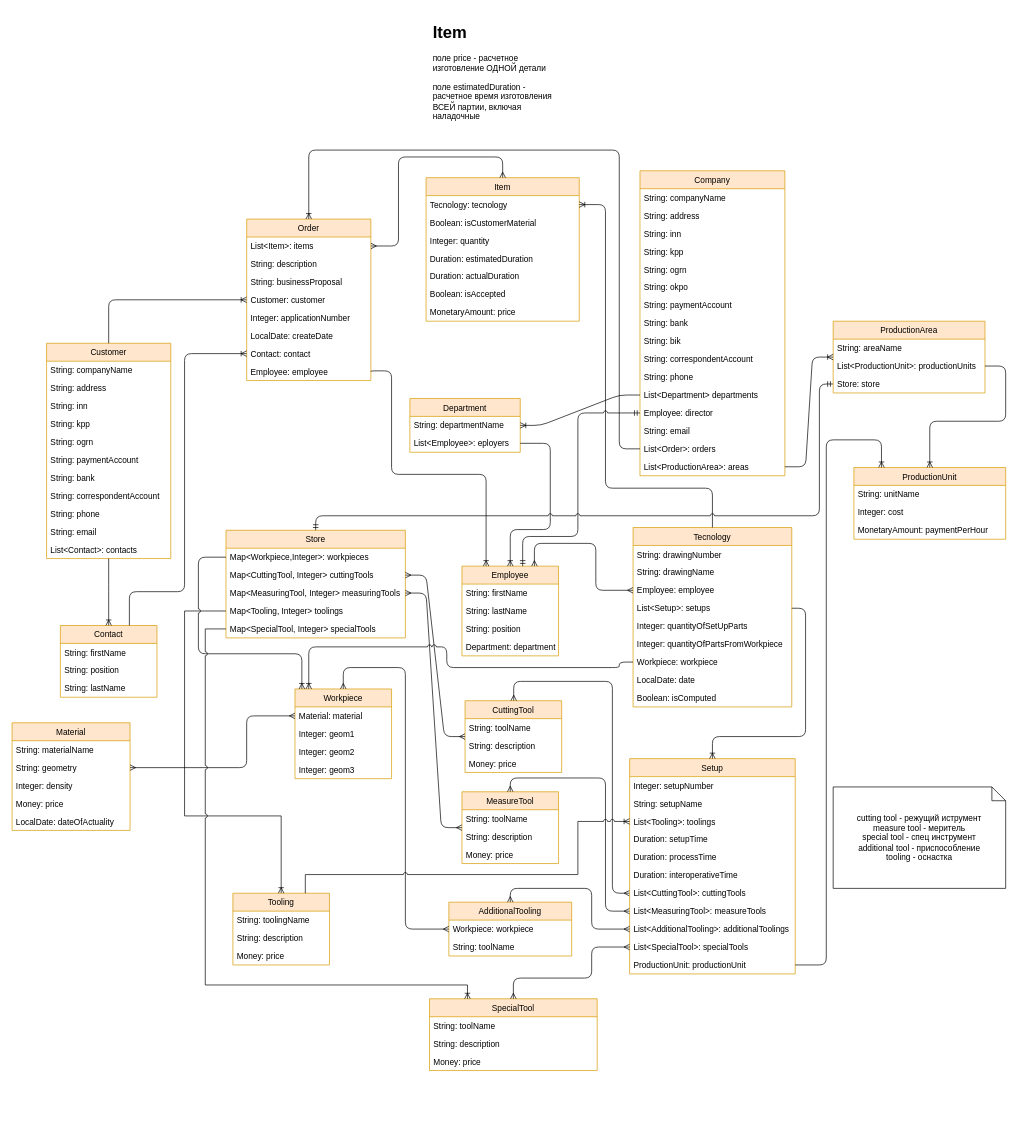
Shaman58/sfsb keeps this draw.io diagram as erp.drawio. Above is the earlier version. Source tidied: cells renumbered, new cells numbered last; positions are measured from the earlier drawing's top-left corner, leaving out a move shared by most shapes. Both pictures are drawn from the tidied source at 69%, with x=0, y=0 at pixel (12, 19).
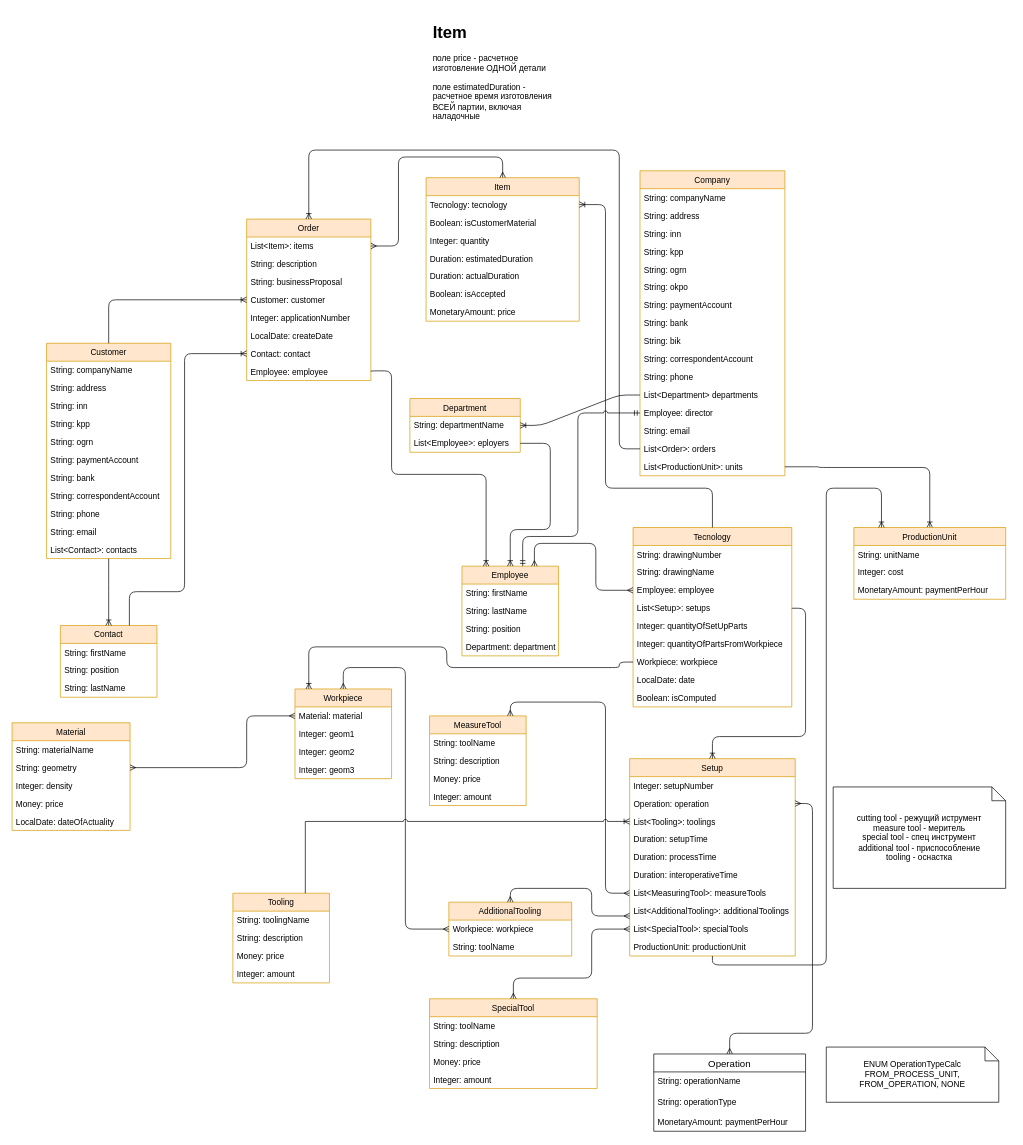
The same diagram, later.

The change refers to these unchanged cells:
```xml
<mxCell id="47" value="Company" style="swimlane;fontStyle=0;horizontal=1;startSize=26;fillColor=#ffe6cc;fontSize=12;strokeColor=#d79b00;" parent="1" vertex="1">
  <mxGeometry x="910" y="220" width="210" height="442" as="geometry" />
</mxCell>
<mxCell id="85" value="Workpiece" style="swimlane;fontStyle=0;horizontal=1;startSize=26;fillColor=#ffe6cc;fontSize=12;strokeColor=#d79b00;" parent="1" vertex="1">
  <mxGeometry x="410" y="971" width="140" height="130" as="geometry" />
</mxCell>
<mxCell id="94" value="List&lt;Tooling&gt;: toolings" style="text;strokeColor=none;fillColor=none;align=left;verticalAlign=top;spacingLeft=4;spacingRight=4;overflow=hidden;points=[[0,0.5],[1,0.5]];portConstraint=eastwest;" parent="91" vertex="1">
  <mxGeometry y="78" width="240" height="26" as="geometry" />
</mxCell>
<mxCell id="105" value="AdditionalTooling" style="swimlane;fontStyle=0;horizontal=1;startSize=26;fillColor=#ffe6cc;fontSize=12;strokeColor=#d79b00;" parent="1" vertex="1">
  <mxGeometry x="633" y="1280" width="178" height="78" as="geometry" />
</mxCell>
```

The edit, as a diff of the source:
```diff
@@
-    <mxCell id="63" value="List&lt;ProductionArea&gt;: areas" style="text;strokeColor=none;fillColor=none;align=left;verticalAlign=top;spacingLeft=4;spacingRight=4;overflow=hidden;points=[[0,0.5],[1,0.5]];portConstraint=eastwest;" parent="47" vertex="1">
+    <mxCell id="63" value="List&lt;ProductionUnit&gt;: units" style="text;strokeColor=none;fillColor=none;align=left;verticalAlign=top;spacingLeft=4;spacingRight=4;overflow=hidden;points=[[0,0.5],[1,0.5]];portConstraint=eastwest;" parent="47" vertex="1">
       <mxGeometry y="416" width="210" height="26" as="geometry" />
     </mxCell>
@@
-    <mxCell id="66" value="CuttingTool" style="swimlane;fontStyle=0;horizontal=1;startSize=26;fillColor=#ffe6cc;fontSize=12;strokeColor=#d79b00;" parent="1" vertex="1">
-      <mxGeometry x="656.5" y="988" width="140" height="104" as="geometry" />
-    </mxCell>
-    <mxCell id="67" value="String: toolName" style="text;strokeColor=none;fillColor=none;align=left;verticalAlign=top;spacingLeft=4;spacingRight=4;overflow=hidden;" parent="66" vertex="1">
-      <mxGeometry y="26" width="140" height="26" as="geometry" />
-    </mxCell>
-    <mxCell id="68" value="String: description" style="text;strokeColor=none;fillColor=none;align=left;verticalAlign=top;spacingLeft=4;spacingRight=4;overflow=hidden;" parent="66" vertex="1">
-      <mxGeometry y="52" width="140" height="26" as="geometry" />
-    </mxCell>
-    <mxCell id="69" value="Money: price" style="text;strokeColor=none;fillColor=none;align=left;verticalAlign=top;spacingLeft=4;spacingRight=4;overflow=hidden;" parent="66" vertex="1">
-      <mxGeometry y="78" width="140" height="26" as="geometry" />
-    </mxCell>
-    <mxCell id="70" style="edgeStyle=orthogonalEdgeStyle;fontSize=12;html=1;endArrow=ERmany;startArrow=ERmany;strokeColor=#000000;rounded=1;jumpStyle=arc;comic=0;shadow=0;noJump=0;" parent="1" edge="1" source="98" target="66">
-      <mxGeometry relative="1" as="geometry">
-        <Array as="points">
-          <mxPoint x="870" y="1267" />
-          <mxPoint x="870" y="960" />
-          <mxPoint x="727" y="960" />
-        </Array>
-      </mxGeometry>
-    </mxCell>
     <mxCell id="71" value="MeasureTool" style="swimlane;fontStyle=0;horizontal=1;startSize=26;fillColor=#ffe6cc;fontSize=12;strokeColor=#d79b00;" parent="1" vertex="1">
-      <mxGeometry x="652" y="1120" width="140" height="104" as="geometry" />
+      <mxGeometry x="605" y="1010" width="140" height="130" as="geometry" />
     </mxCell>
@@
+    <mxCell id="157" value="Integer: amount" style="text;strokeColor=none;fillColor=none;align=left;verticalAlign=top;spacingLeft=4;spacingRight=4;overflow=hidden;" parent="71" vertex="1">
+      <mxGeometry y="104" width="140" height="26" as="geometry" />
+    </mxCell>
     <mxCell id="75" style="edgeStyle=orthogonalEdgeStyle;fontSize=12;html=1;endArrow=ERmany;startArrow=ERmany;shadow=0;strokeColor=#000000;" parent="1" edge="1" source="99" target="71">
       <mxGeometry relative="1" as="geometry">
         <Array as="points">
-          <mxPoint x="860" y="1293" />
-          <mxPoint x="860" y="1100" />
-          <mxPoint x="722" y="1100" />
+          <mxPoint x="860" y="1267" />
+          <mxPoint x="860" y="990" />
+          <mxPoint x="722" y="990" />
         </Array>
       </mxGeometry>
     </mxCell>
-    <mxCell id="76" value="Store" style="swimlane;fontStyle=0;horizontal=1;startSize=26;fillColor=#ffe6cc;fontSize=12;strokeColor=#d79b00;" parent="1" vertex="1">
-      <mxGeometry x="310" y="741" width="260" height="156" as="geometry" />
-    </mxCell>
-    <mxCell id="77" value="Map&lt;Workpiece,Integer&gt;: workpieces" style="text;strokeColor=none;fillColor=none;align=left;verticalAlign=top;spacingLeft=4;spacingRight=4;overflow=hidden;points=[[0,0.5],[1,0.5]];portConstraint=eastwest;" parent="76" vertex="1">
-      <mxGeometry y="26" width="260" height="26" as="geometry" />
-    </mxCell>
-    <mxCell id="78" value="Map&lt;CuttingTool, Integer&gt; cuttingTools" style="text;strokeColor=none;fillColor=none;align=left;verticalAlign=top;spacingLeft=4;spacingRight=4;overflow=hidden;points=[[0,0.5],[1,0.5]];portConstraint=eastwest;" parent="76" vertex="1">
-      <mxGeometry y="52" width="260" height="26" as="geometry" />
-    </mxCell>
-    <mxCell id="79" value="Map&lt;MeasuringTool, Integer&gt; measuringTools" style="text;strokeColor=none;fillColor=none;align=left;verticalAlign=top;spacingLeft=4;spacingRight=4;overflow=hidden;points=[[0,0.5],[1,0.5]];portConstraint=eastwest;" parent="76" vertex="1">
-      <mxGeometry y="78" width="260" height="26" as="geometry" />
-    </mxCell>
-    <mxCell id="80" value="Map&lt;Tooling, Integer&gt; toolings" style="text;strokeColor=none;fillColor=none;align=left;verticalAlign=top;spacingLeft=4;spacingRight=4;overflow=hidden;points=[[0,0.5],[1,0.5]];portConstraint=eastwest;" parent="76" vertex="1">
-      <mxGeometry y="104" width="260" height="26" as="geometry" />
-    </mxCell>
-    <mxCell id="81" value="Map&lt;SpecialTool, Integer&gt; specialTools" style="text;strokeColor=none;fillColor=none;align=left;verticalAlign=top;spacingLeft=4;spacingRight=4;overflow=hidden;points=[[0,0.5],[1,0.5]];portConstraint=eastwest;" parent="76" vertex="1">
-      <mxGeometry y="130" width="260" height="26" as="geometry" />
-    </mxCell>
-    <mxCell id="82" style="edgeStyle=entityRelationEdgeStyle;fontSize=12;html=1;endArrow=ERmany;startArrow=ERmany;shadow=0;strokeColor=#000000;jumpStyle=arc;" parent="1" edge="1" source="79" target="71">
-      <mxGeometry relative="1" as="geometry" />
-    </mxCell>
-    <mxCell id="83" style="edgeStyle=entityRelationEdgeStyle;fontSize=12;html=1;endArrow=ERmany;startArrow=ERmany;shadow=0;strokeColor=#000000;jumpStyle=arc;" parent="1" edge="1" source="78" target="66">
-      <mxGeometry relative="1" as="geometry" />
-    </mxCell>
-    <mxCell id="84" style="edgeStyle=orthogonalEdgeStyle;fontSize=12;html=1;endArrow=ERmandOne;startArrow=ERmandOne;shadow=0;strokeColor=#000000;jumpStyle=arc;exitX=0;exitY=0.5;exitDx=0;exitDy=0;" parent="1" edge="1" source="119" target="76">
-      <mxGeometry relative="1" as="geometry">
-        <Array as="points">
-          <mxPoint x="1170" y="529" />
-          <mxPoint x="1170" y="720" />
-          <mxPoint x="440" y="720" />
-        </Array>
-      </mxGeometry>
-    </mxCell>
@@
     <mxCell id="91" value="Setup" style="swimlane;fontStyle=0;horizontal=1;startSize=26;fillColor=#ffe6cc;fontSize=12;strokeColor=#d79b00;" parent="1" vertex="1">
-      <mxGeometry x="895" y="1072" width="240" height="312" as="geometry" />
+      <mxGeometry x="895" y="1072" width="240" height="286" as="geometry" />
     </mxCell>
@@
-    <mxCell id="93" value="String: setupName" style="text;strokeColor=none;fillColor=none;align=left;verticalAlign=top;spacingLeft=4;spacingRight=4;overflow=hidden;" parent="91" vertex="1">
-      <mxGeometry y="52" width="240" height="26" as="geometry" />
-    </mxCell>
+    <mxCell id="158" value="Operation: operation" style="text;strokeColor=none;fillColor=none;align=left;verticalAlign=top;spacingLeft=4;spacingRight=4;overflow=hidden;points=[[0,0.5],[1,0.5]];portConstraint=eastwest;" parent="91" vertex="1">
+      <mxGeometry y="52" width="240" height="26" as="geometry" />
+    </mxCell>
@@
-    <mxCell id="98" value="List&lt;CuttingTool&gt;: cuttingTools" style="text;strokeColor=none;fillColor=none;align=left;verticalAlign=top;spacingLeft=4;spacingRight=4;overflow=hidden;points=[[0,0.5],[1,0.5]];portConstraint=eastwest;" parent="91" vertex="1">
-      <mxGeometry y="182" width="240" height="26" as="geometry" />
-    </mxCell>
     <mxCell id="99" value="List&lt;MeasuringTool&gt;: measureTools" style="text;strokeColor=none;fillColor=none;align=left;verticalAlign=top;spacingLeft=4;spacingRight=4;overflow=hidden;points=[[0,0.5],[1,0.5]];portConstraint=eastwest;glass=0;" parent="91" vertex="1">
-      <mxGeometry y="208" width="240" height="26" as="geometry" />
+      <mxGeometry y="182" width="240" height="26" as="geometry" />
     </mxCell>
     <mxCell id="100" value="List&lt;AdditionalTooling&gt;: additionalToolings" style="text;strokeColor=none;fillColor=none;align=left;verticalAlign=top;spacingLeft=4;spacingRight=4;overflow=hidden;points=[[0,0.5],[1,0.5]];portConstraint=eastwest;" parent="91" vertex="1">
-      <mxGeometry y="234" width="240" height="26" as="geometry" />
+      <mxGeometry y="208" width="240" height="26" as="geometry" />
     </mxCell>
     <mxCell id="101" value="List&lt;SpecialTool&gt;: specialTools" style="text;strokeColor=none;fillColor=none;align=left;verticalAlign=top;spacingLeft=4;spacingRight=4;overflow=hidden;points=[[0,0.5],[1,0.5]];portConstraint=eastwest;" parent="91" vertex="1">
-      <mxGeometry y="260" width="240" height="26" as="geometry" />
+      <mxGeometry y="234" width="240" height="26" as="geometry" />
     </mxCell>
     <mxCell id="102" value="ProductionUnit: productionUnit" style="text;strokeColor=none;fillColor=none;align=left;verticalAlign=top;spacingLeft=4;spacingRight=4;overflow=hidden;points=[[0,0.5],[1,0.5]];portConstraint=eastwest;" parent="91" vertex="1">
-      <mxGeometry y="286" width="240" height="26" as="geometry" />
+      <mxGeometry y="260" width="240" height="26" as="geometry" />
     </mxCell>
@@
     <mxCell id="109" value="SpecialTool" style="swimlane;fontStyle=0;horizontal=1;startSize=26;fillColor=#ffe6cc;fontSize=12;strokeColor=#d79b00;" parent="1" vertex="1">
-      <mxGeometry x="605" y="1420" width="243" height="104" as="geometry" />
+      <mxGeometry x="605" y="1420" width="243" height="130" as="geometry" />
     </mxCell>
@@
+    <mxCell id="159" value="Integer: amount" style="text;strokeColor=none;fillColor=none;align=left;verticalAlign=top;spacingLeft=4;spacingRight=4;overflow=hidden;" parent="109" vertex="1">
+      <mxGeometry y="104" width="243" height="26" as="geometry" />
+    </mxCell>
     <mxCell id="113" style="edgeStyle=orthogonalEdgeStyle;fontSize=12;html=1;endArrow=ERmany;startArrow=ERmany;shadow=0;strokeColor=#000000;" parent="1" edge="1" source="105" target="100">
       <mxGeometry relative="1" as="geometry">
         <Array as="points">
           <mxPoint x="722" y="1260" />
           <mxPoint x="840" y="1260" />
-          <mxPoint x="840" y="1319" />
+          <mxPoint x="840" y="1300" />
         </Array>
       </mxGeometry>
     </mxCell>
     <mxCell id="114" style="edgeStyle=orthogonalEdgeStyle;fontSize=12;html=1;endArrow=ERmany;startArrow=ERmany;shadow=0;strokeColor=#000000;" parent="1" edge="1" source="109" target="101">
       <mxGeometry relative="1" as="geometry">
         <Array as="points">
           <mxPoint x="727" y="1390" />
           <mxPoint x="840" y="1390" />
-          <mxPoint x="840" y="1345" />
+          <mxPoint x="840" y="1319" />
         </Array>
       </mxGeometry>
     </mxCell>
@@
-    <mxCell id="116" value="ProductionArea" style="swimlane;fontStyle=0;horizontal=1;startSize=26;fillColor=#ffe6cc;fontSize=12;strokeColor=#d79b00;" parent="1" vertex="1">
-      <mxGeometry x="1190" y="438" width="220" height="104" as="geometry" />
-    </mxCell>
-    <mxCell id="117" value="String: areaName" style="text;strokeColor=none;fillColor=none;align=left;verticalAlign=top;spacingLeft=4;spacingRight=4;overflow=hidden;" parent="116" vertex="1">
-      <mxGeometry y="26" width="220" height="26" as="geometry" />
-    </mxCell>
-    <mxCell id="118" value="List&lt;ProductionUnit&gt;: productionUnits" style="text;strokeColor=none;fillColor=none;align=left;verticalAlign=top;spacingLeft=4;spacingRight=4;overflow=hidden;points=[[0,0.5],[1,0.5]];portConstraint=eastwest;" parent="116" vertex="1">
-      <mxGeometry y="52" width="220" height="26" as="geometry" />
-    </mxCell>
-    <mxCell id="119" value="Store: store" style="text;strokeColor=none;fillColor=none;align=left;verticalAlign=top;spacingLeft=4;spacingRight=4;overflow=hidden;points=[[0,0.5],[1,0.5]];portConstraint=eastwest;" parent="116" vertex="1">
-      <mxGeometry y="78" width="220" height="26" as="geometry" />
-    </mxCell>
-    <mxCell id="120" style="edgeStyle=entityRelationEdgeStyle;fontSize=12;html=1;endArrow=ERoneToMany;shadow=0;strokeColor=#000000;exitX=1;exitY=0.5;exitDx=0;exitDy=0;" parent="1" edge="1" source="63" target="116">
-      <mxGeometry relative="1" as="geometry" />
+    <mxCell id="120" style="edgeStyle=orthogonalEdgeStyle;fontSize=12;html=1;endArrow=ERoneToMany;shadow=0;strokeColor=#000000;exitX=1;exitY=0.5;exitDx=0;exitDy=0;entryX=0.5;entryY=0;entryDx=0;entryDy=0;" parent="1" edge="1" source="63" target="121">
+      <mxGeometry relative="1" as="geometry">
+        <Array as="points">
+          <mxPoint x="1170" y="649" />
+          <mxPoint x="1170" y="650" />
+          <mxPoint x="1330" y="650" />
+        </Array>
+      </mxGeometry>
     </mxCell>
     <mxCell id="121" value="ProductionUnit" style="swimlane;fontStyle=0;horizontal=1;startSize=26;fillColor=#ffe6cc;fontSize=12;strokeColor=#d79b00;" parent="1" vertex="1">
-      <mxGeometry x="1220" y="650" width="220" height="104" as="geometry" />
+      <mxGeometry x="1220" y="737" width="220" height="104" as="geometry" />
     </mxCell>
@@
-    <mxCell id="125" style="edgeStyle=orthogonalEdgeStyle;fontSize=12;html=1;endArrow=ERoneToMany;shadow=0;strokeColor=#000000;" parent="1" edge="1" source="118" target="121">
-      <mxGeometry relative="1" as="geometry">
-        <Array as="points">
-          <mxPoint x="1440" y="503" />
-          <mxPoint x="1440" y="583" />
-          <mxPoint x="1330" y="583" />
-        </Array>
-      </mxGeometry>
-    </mxCell>
     <mxCell id="126" style="edgeStyle=orthogonalEdgeStyle;fontSize=12;html=1;endArrow=ERoneToMany;shadow=0;strokeColor=#000000;" parent="1" edge="1" source="102" target="121">
       <mxGeometry relative="1" as="geometry">
         <Array as="points">
           <mxPoint x="1180" y="1371" />
-          <mxPoint x="1180" y="610" />
-          <mxPoint x="1260" y="610" />
+          <mxPoint x="1180" y="680" />
+          <mxPoint x="1260" y="680" />
         </Array>
       </mxGeometry>
     </mxCell>
     <mxCell id="127" value="Tooling" style="swimlane;fontStyle=0;horizontal=1;startSize=26;fillColor=#ffe6cc;fontSize=12;strokeColor=#d79b00;" parent="1" vertex="1">
-      <mxGeometry x="320" y="1267" width="140" height="104" as="geometry" />
+      <mxGeometry x="320" y="1267" width="140" height="130" as="geometry" />
     </mxCell>
@@
-    <mxCell id="131" style="edgeStyle=orthogonalEdgeStyle;fontSize=12;html=1;endArrow=ERoneToMany;rounded=0;entryX=0.5;entryY=0;entryDx=0;entryDy=0;exitX=0;exitY=0.5;exitDx=0;exitDy=0;" parent="1" edge="1" source="80" target="127">
-      <mxGeometry relative="1" as="geometry">
-        <Array as="points">
-          <mxPoint x="250" y="858" />
-          <mxPoint x="250" y="1155" />
-          <mxPoint x="390" y="1155" />
-        </Array>
-      </mxGeometry>
-    </mxCell>
+    <mxCell id="160" value="Integer: amount" style="text;strokeColor=none;fillColor=none;align=left;verticalAlign=top;spacingLeft=4;spacingRight=4;overflow=hidden;" parent="127" vertex="1">
+      <mxGeometry y="104" width="140" height="26" as="geometry" />
+    </mxCell>
     <mxCell id="132" style="edgeStyle=orthogonalEdgeStyle;fontSize=12;html=1;endArrow=ERoneToMany;rounded=0;exitX=0.75;exitY=0;exitDx=0;exitDy=0;jumpStyle=arc;" parent="1" edge="1" source="127" target="94">
       <mxGeometry relative="1" as="geometry">
         <Array as="points">
-          <mxPoint x="425" y="1240" />
-          <mxPoint x="820" y="1240" />
-          <mxPoint x="820" y="1163" />
+          <mxPoint x="425" y="1163" />
         </Array>
       </mxGeometry>
     </mxCell>
-    <mxCell id="133" style="edgeStyle=orthogonalEdgeStyle;fontSize=12;html=1;endArrow=ERoneToMany;jumpStyle=arc;shadow=0;rounded=1;" parent="1" edge="1" source="77" target="85">
-      <mxGeometry relative="1" as="geometry">
-        <Array as="points">
-          <mxPoint x="270" y="780" />
-          <mxPoint x="270" y="920" />
-          <mxPoint x="420" y="920" />
-        </Array>
-      </mxGeometry>
-    </mxCell>
@@
-    <mxCell id="135" style="edgeStyle=orthogonalEdgeStyle;fontSize=12;html=1;endArrow=ERoneToMany;rounded=0;jumpStyle=arc;" parent="1" edge="1" source="81" target="109">
-      <mxGeometry relative="1" as="geometry">
-        <Array as="points">
-          <mxPoint x="280" y="884" />
-          <mxPoint x="280" y="1400" />
-          <mxPoint x="660" y="1400" />
-        </Array>
-      </mxGeometry>
-    </mxCell>
@@
+    <mxCell id="161" value="Operation" style="swimlane;fontStyle=0;horizontal=1;startSize=26;align=center;fontSize=14;" parent="1" vertex="1">
+      <mxGeometry x="930" y="1500" width="220" height="112" as="geometry" />
+    </mxCell>
+    <mxCell id="162" value="String: operationName" style="text;strokeColor=none;fillColor=none;spacingLeft=4;spacingRight=4;overflow=hidden;fontSize=12;whiteSpace=wrap;html=1;" parent="161" vertex="1">
+      <mxGeometry y="26" width="220" height="30" as="geometry" />
+    </mxCell>
+    <mxCell id="163" value="String: operationType" style="text;strokeColor=none;fillColor=none;spacingLeft=4;spacingRight=4;overflow=hidden;fontSize=12;whiteSpace=wrap;html=1;" parent="161" vertex="1">
+      <mxGeometry y="56" width="220" height="30" as="geometry" />
+    </mxCell>
+    <mxCell id="164" value="MonetaryAmount: paymentPerHour" style="text;strokeColor=none;fillColor=none;align=left;verticalAlign=top;spacingLeft=4;spacingRight=4;overflow=hidden;" parent="161" vertex="1">
+      <mxGeometry y="86" width="220" height="26" as="geometry" />
+    </mxCell>
+    <mxCell id="165" value="ENUM OperationTypeCalc&lt;br&gt;FROM_PROCESS_UNIT, FROM_OPERATION, NONE" style="shape=note;size=20;whiteSpace=wrap;html=1;" parent="1" vertex="1">
+      <mxGeometry x="1180" y="1490" width="250" height="80" as="geometry" />
+    </mxCell>
+    <mxCell id="166" style="edgeStyle=orthogonalEdgeStyle;fontSize=12;html=1;endArrow=ERmany;startArrow=ERmany;shadow=0;strokeColor=#000000;entryX=1;entryY=0.5;entryDx=0;entryDy=0;exitX=0.5;exitY=0;exitDx=0;exitDy=0;" parent="1" edge="1" source="161" target="158">
+      <mxGeometry relative="1" as="geometry">
+        <Array as="points">
+          <mxPoint x="1040" y="1470" />
+          <mxPoint x="1160" y="1470" />
+          <mxPoint x="1160" y="1137" />
+        </Array>
+      </mxGeometry>
+    </mxCell>
```
